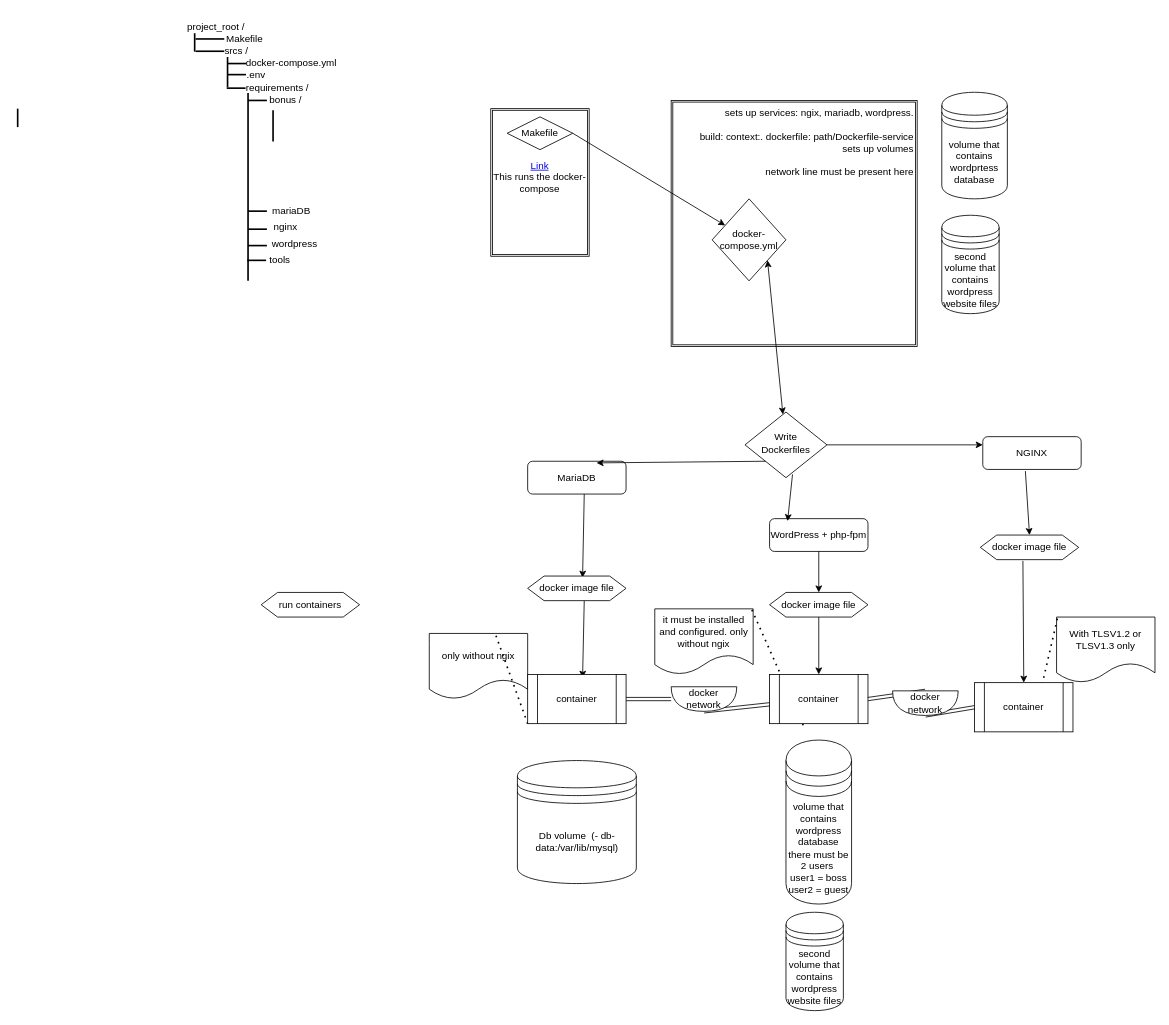
Above: Untitled Diagram.drawio in sparklebutt/Inception (draw.io), before the change. Source tidied: cells renumbered, new cells numbered last; positions are measured from the earlier drawing's top-left corner, leaving out a move shared by most shapes. Both pictures are drawn from the tidied source at 82%, with x=0, y=0 at pixel (15, 14).
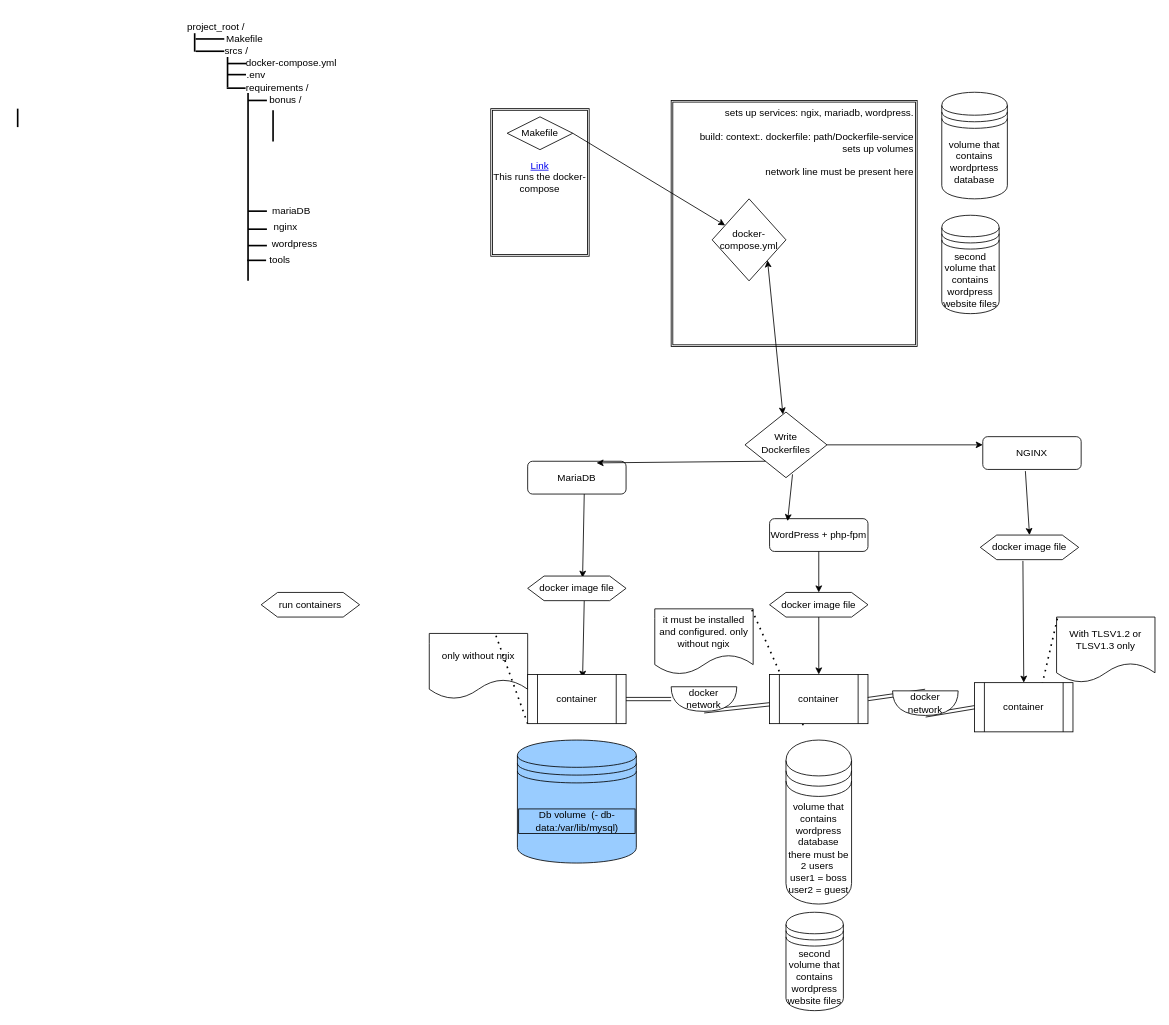
The same page after the edit.

What changed in the source:
```diff
@@
-    <mxCell id="73" value="Db volume&amp;nbsp; (- db-data:/var/lib/mysql)" style="shape=datastore;whiteSpace=wrap;html=1;" parent="1" vertex="1">
-      <mxGeometry x="612.5" y="910" width="145" height="150" as="geometry" />
+    <mxCell id="73" value="Db volume&amp;nbsp; (- db-data:/var/lib/mysql)" style="shape=datastore;whiteSpace=wrap;html=1;labelBackgroundColor=none;labelBorderColor=default;fillColor=light-dark(#99CCFF,#EDEDED);" parent="1" vertex="1">
+      <mxGeometry x="612.5" y="885" width="145" height="150" as="geometry" />
     </mxCell>
```
